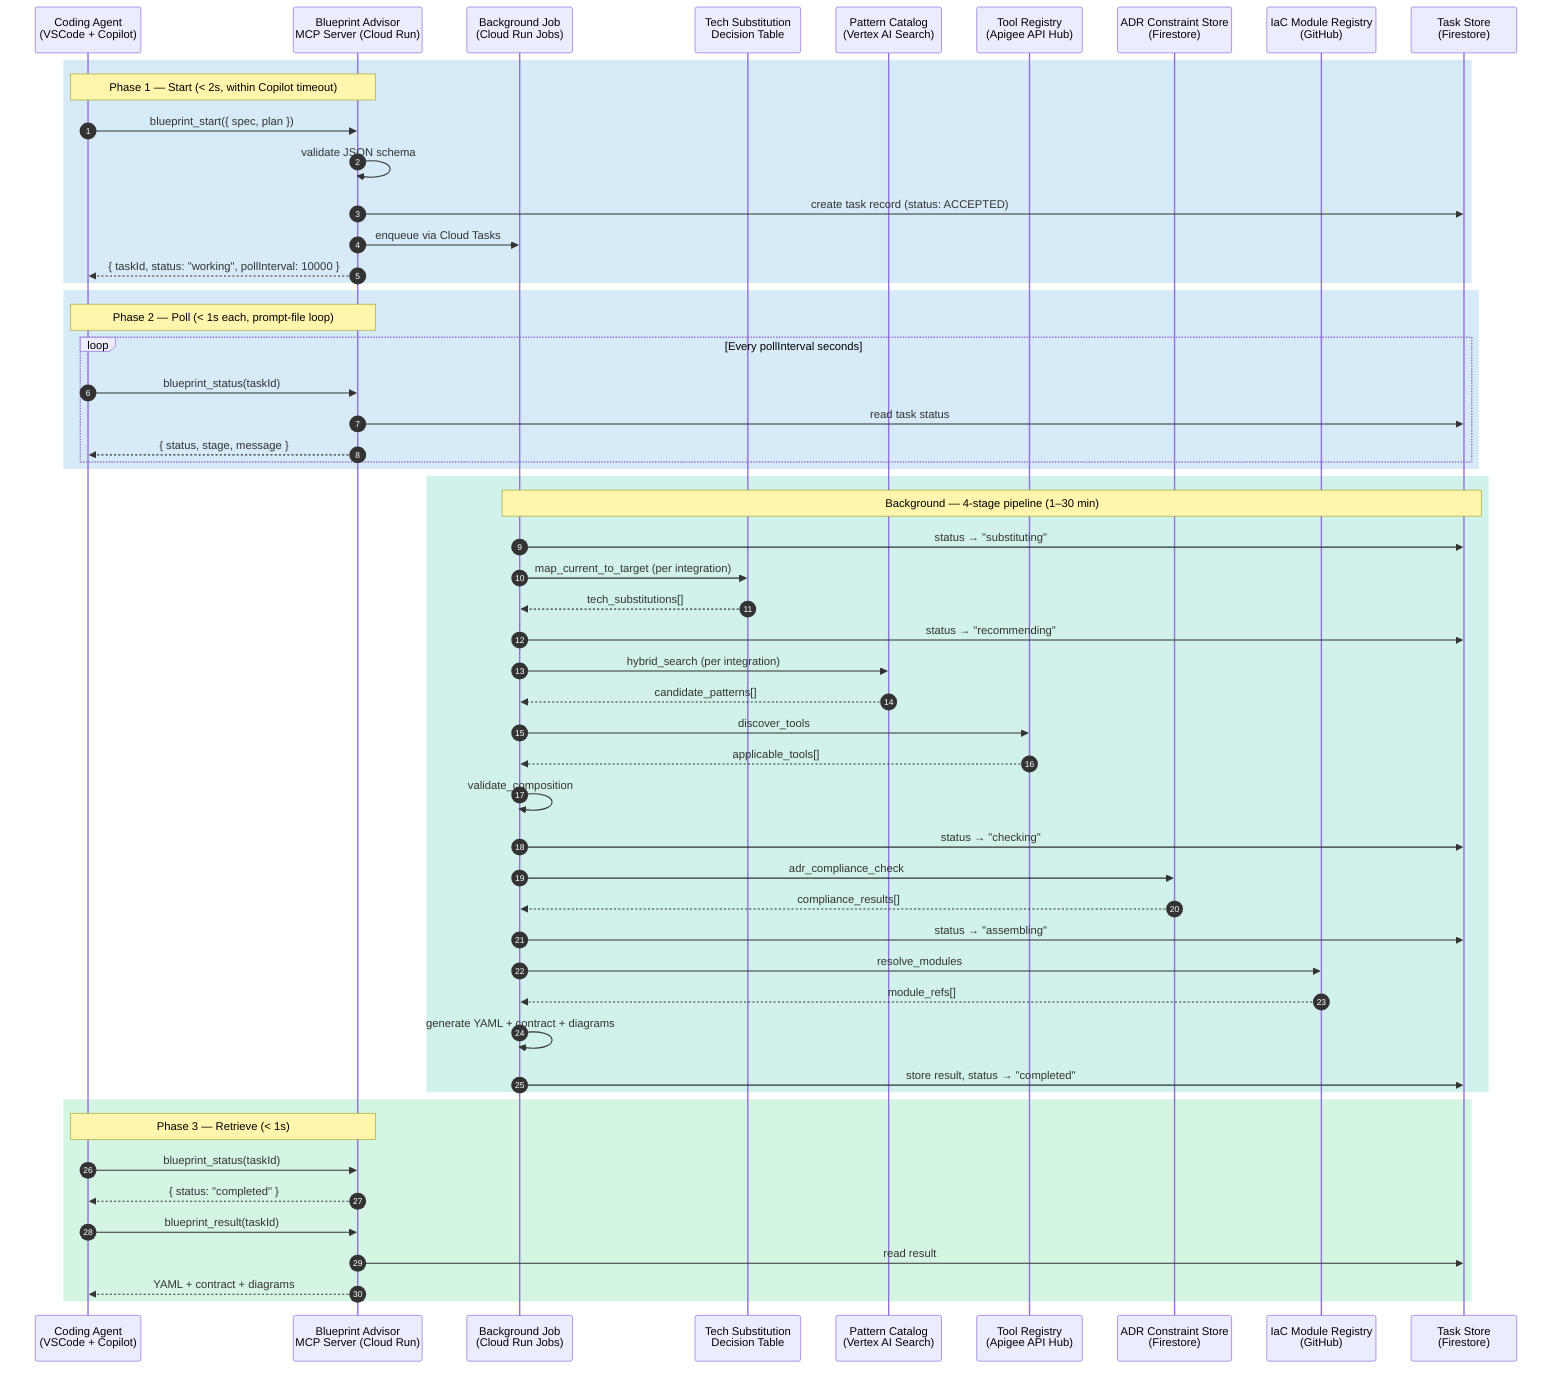
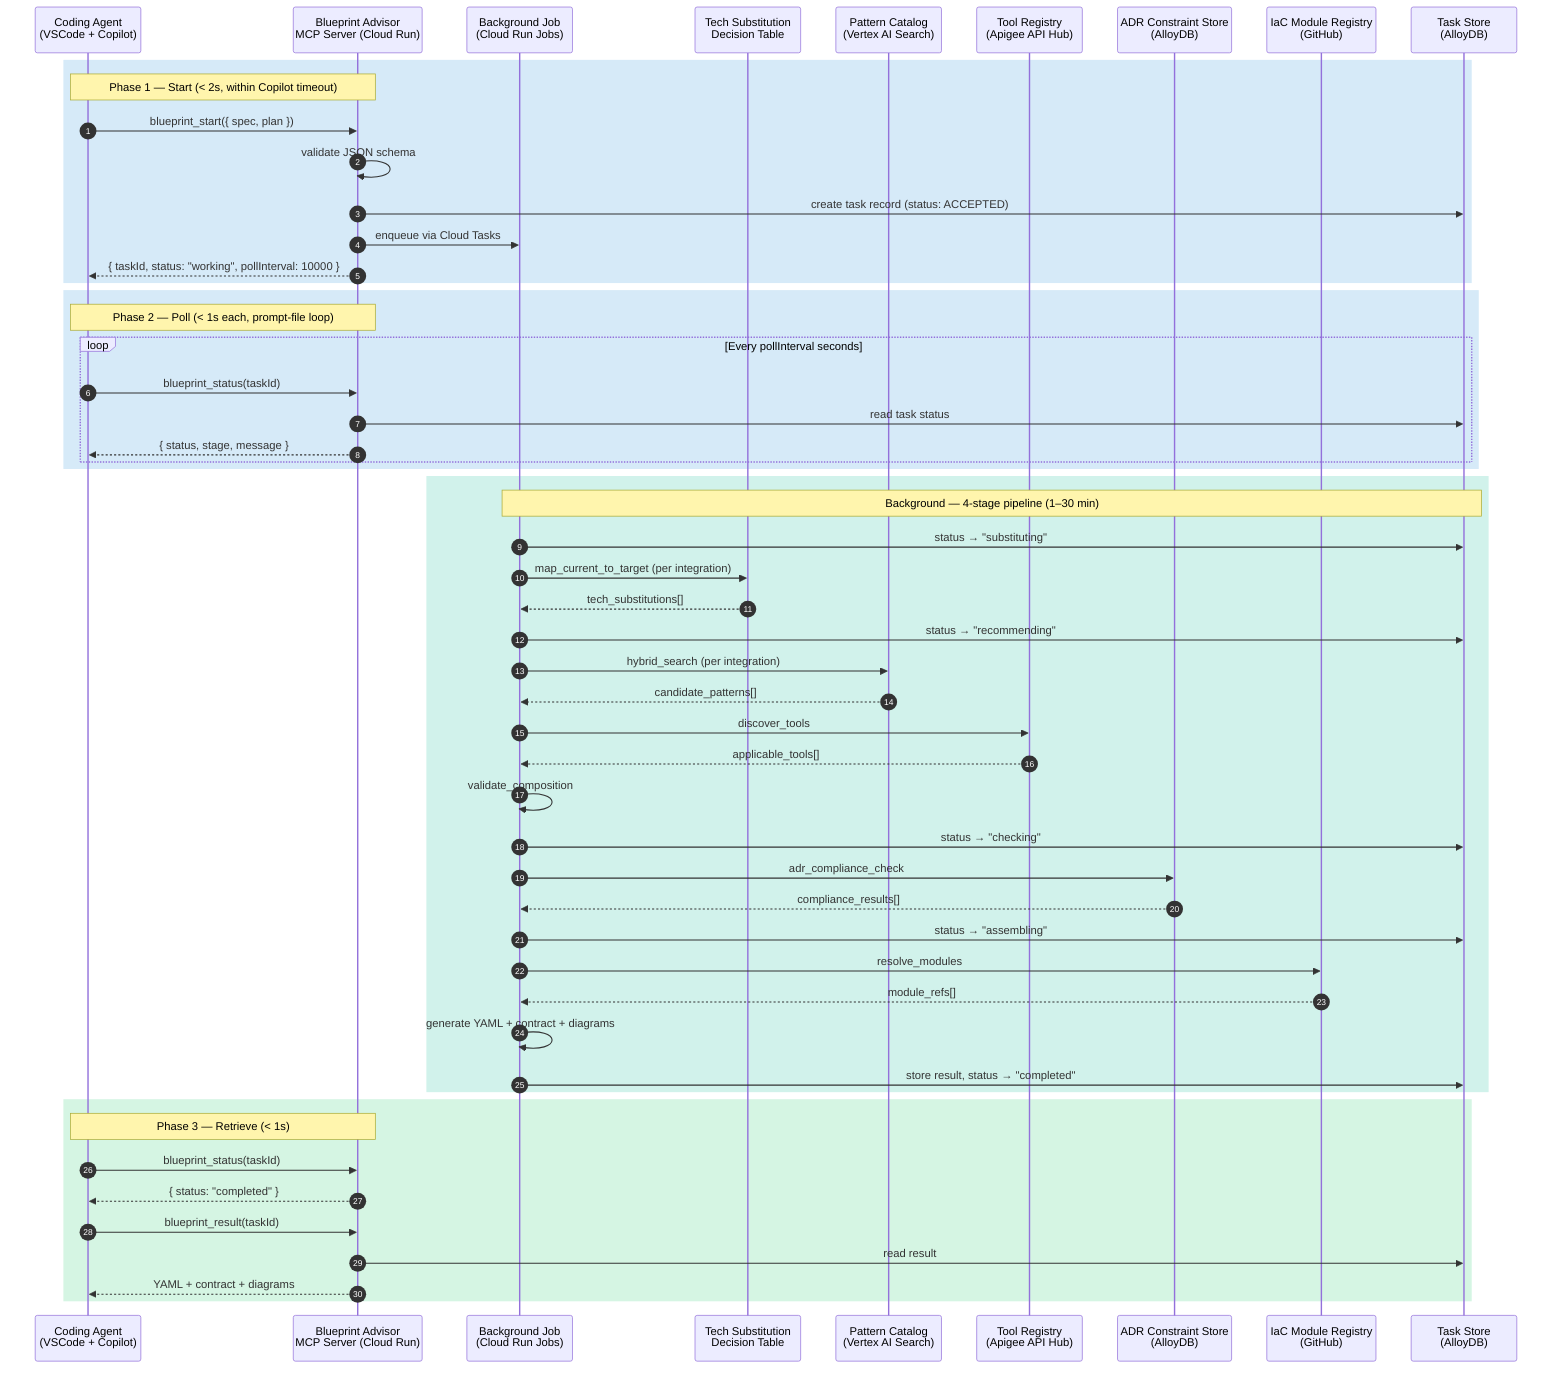
%% Blueprint Advisor — Async Call Sequence (MCP Tasks)
%% AgentCatalyst Brownfield
%% File: blueprint-advisor-sequence.mmd

sequenceDiagram
    autonumber
    participant Agent as Coding Agent<br/>(VSCode + Copilot)
    participant MCP as Blueprint Advisor<br/>MCP Server (Cloud Run)
    participant BG as Background Job<br/>(Cloud Run Jobs)
    participant TS as Tech Substitution<br/>Decision Table
    participant PC as Pattern Catalog<br/>(Vertex AI Search)
    participant TR as Tool Registry<br/>(Apigee API Hub)
-     participant ADR as ADR Constraint Store<br/>(Firestore)
+     participant ADR as ADR Constraint Store<br/>(AlloyDB)
    participant IAC as IaC Module Registry<br/>(GitHub)
-     participant FS as Task Store<br/>(Firestore)
+     participant FS as Task Store<br/>(AlloyDB)

    rect rgb(214, 234, 248)
    Note over Agent,MCP: Phase 1 — Start (< 2s, within Copilot timeout)
    Agent->>MCP: blueprint_start({ spec, plan })
    MCP->>MCP: validate JSON schema
    MCP->>FS: create task record (status: ACCEPTED)
    MCP->>BG: enqueue via Cloud Tasks
    MCP-->>Agent: { taskId, status: "working", pollInterval: 10000 }
    end

    rect rgb(214, 234, 248)
    Note over Agent,MCP: Phase 2 — Poll (< 1s each, prompt-file loop)
    loop Every pollInterval seconds
        Agent->>MCP: blueprint_status(taskId)
        MCP->>FS: read task status
        MCP-->>Agent: { status, stage, message }
    end
    end

    rect rgb(209, 242, 235)
    Note over BG,FS: Background — 4-stage pipeline (1–30 min)
    BG->>FS: status → "substituting"
    BG->>TS: map_current_to_target (per integration)
    TS-->>BG: tech_substitutions[]
    BG->>FS: status → "recommending"
    BG->>PC: hybrid_search (per integration)
    PC-->>BG: candidate_patterns[]
    BG->>TR: discover_tools
    TR-->>BG: applicable_tools[]
    BG->>BG: validate_composition
    BG->>FS: status → "checking"
    BG->>ADR: adr_compliance_check
    ADR-->>BG: compliance_results[]
    BG->>FS: status → "assembling"
    BG->>IAC: resolve_modules
    IAC-->>BG: module_refs[]
    BG->>BG: generate YAML + contract + diagrams
    BG->>FS: store result, status → "completed"
    end

    rect rgb(213, 245, 227)
    Note over Agent,MCP: Phase 3 — Retrieve (< 1s)
    Agent->>MCP: blueprint_status(taskId)
    MCP-->>Agent: { status: "completed" }
    Agent->>MCP: blueprint_result(taskId)
    MCP->>FS: read result
    MCP-->>Agent: YAML + contract + diagrams
    end
